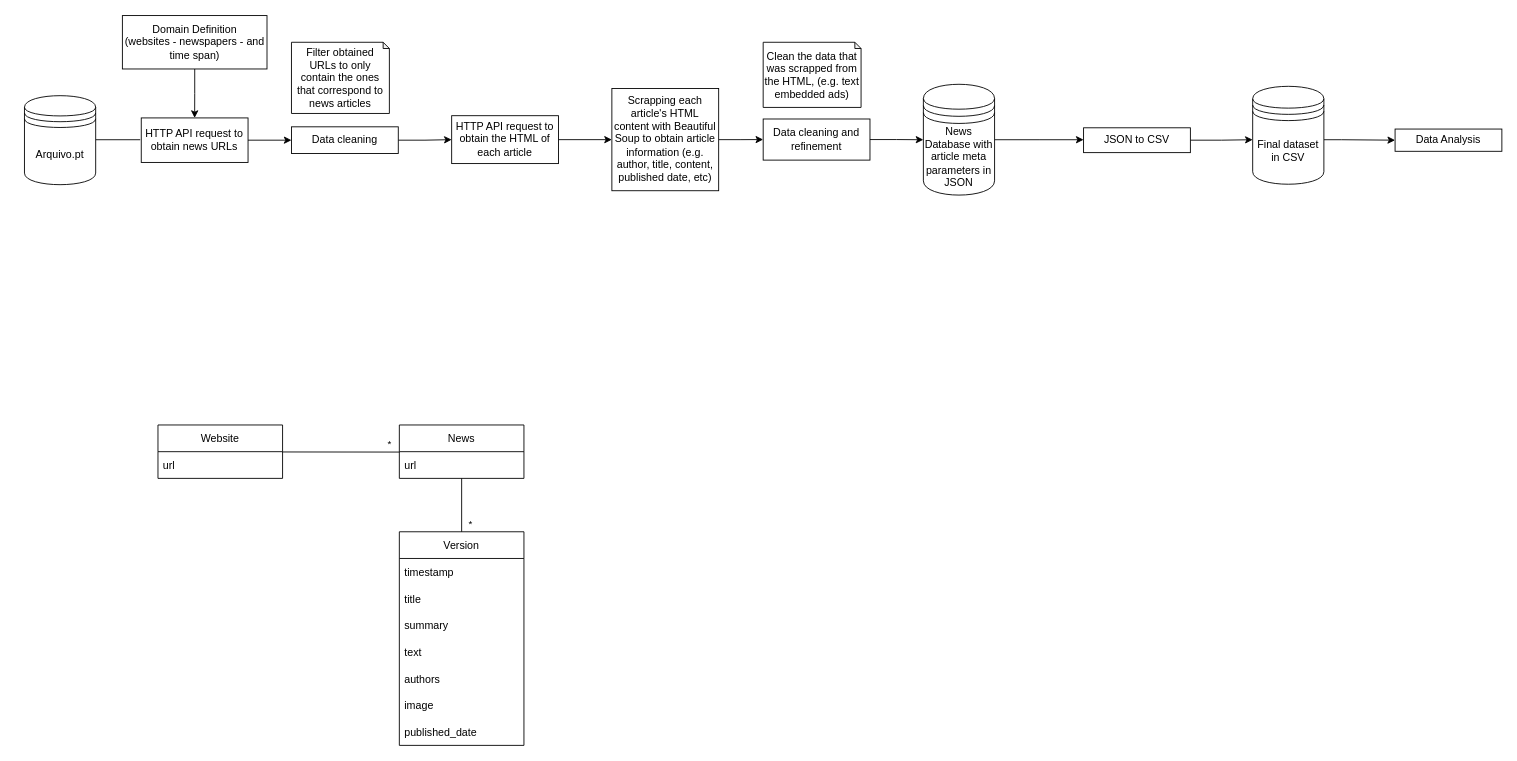
Earlier version of the draw.io diagram docs/pipeline.drawio (TsarkFC/pri-proj). Source tidied: cells renumbered, new cells numbered last; positions are measured from the earlier drawing's top-left corner, leaving out a move shared by most shapes. Both pictures are drawn from the tidied source at 89%, with x=0, y=0 at pixel (24, 15).
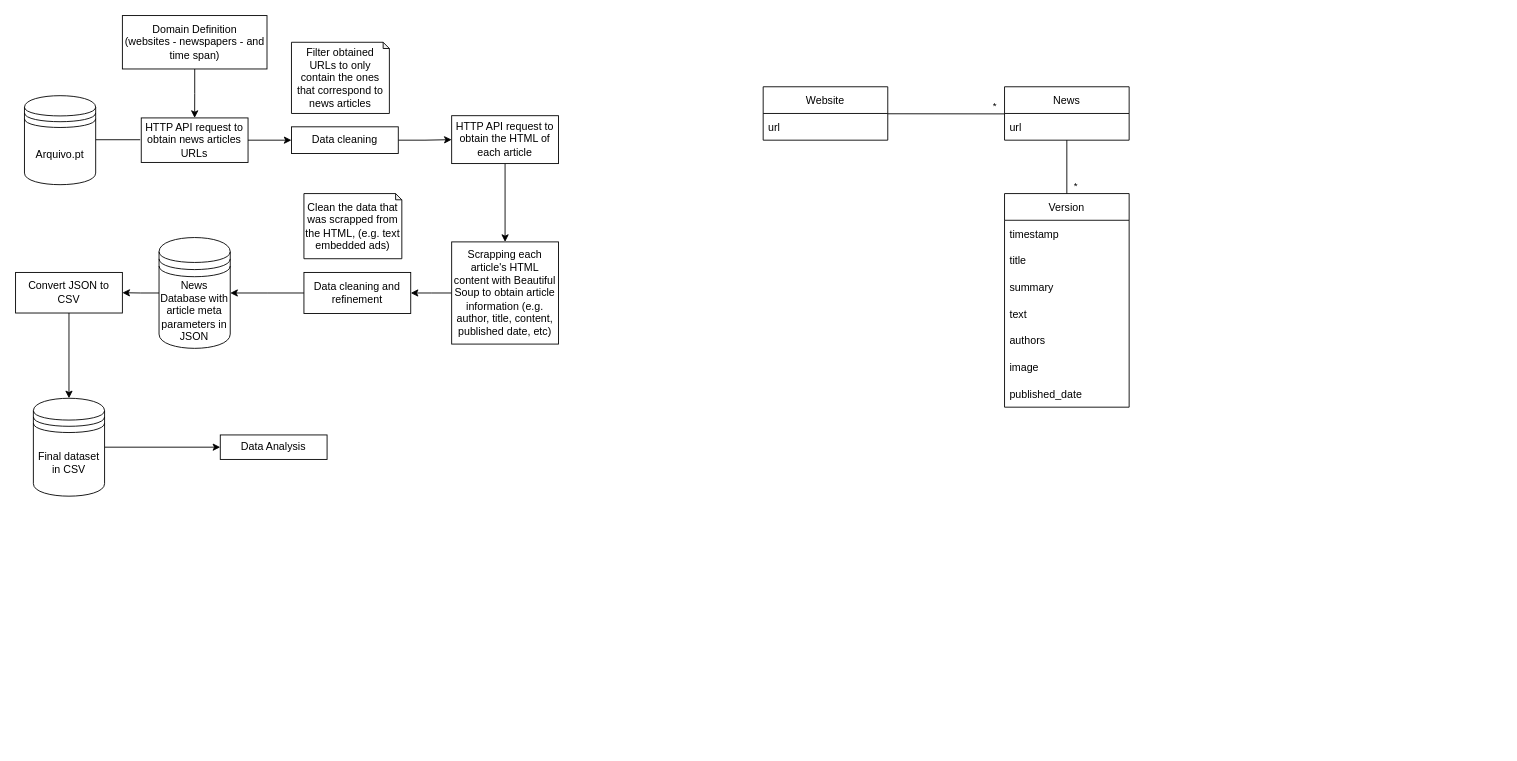
The same diagram, later.

The change refers to these unchanged cells:
```xml
<mxCell id="36" value="HTTP API request to obtain the HTML of each article" style="rounded=0;whiteSpace=wrap;html=1;fontColor=default;strokeColor=default;fillColor=default;" parent="1" vertex="1">
  <mxGeometry x="480" y="112.5" width="120" height="53.8" as="geometry" />
</mxCell>
```

The edit, as a diff of the source:
```diff
@@
-    <mxCell id="6" value="&lt;span&gt;HTTP API request to obtain news URLs&lt;/span&gt;" style="rounded=0;whiteSpace=wrap;html=1;fontColor=default;strokeColor=default;fillColor=default;" parent="1" vertex="1">
+    <mxCell id="6" value="&lt;span&gt;HTTP API request to obtain news articles URLs&lt;/span&gt;" style="rounded=0;whiteSpace=wrap;html=1;fontColor=default;strokeColor=default;fillColor=default;" parent="1" vertex="1">
       <mxGeometry x="131.2" y="115" width="120" height="50" as="geometry" />
     </mxCell>
@@
-    <mxCell id="8" style="edgeStyle=orthogonalEdgeStyle;rounded=0;jettySize=auto;html=1;labelBackgroundColor=default;fontColor=default;strokeColor=default;endArrow=classic;endFill=1;entryX=0;entryY=0.5;entryDx=0;entryDy=0;" parent="1" edge="1" source="36" target="10">
+    <mxCell id="8" style="edgeStyle=orthogonalEdgeStyle;rounded=0;jettySize=auto;html=1;labelBackgroundColor=default;fontColor=default;strokeColor=default;endArrow=classic;endFill=1;" parent="1" edge="1" source="36" target="10">
       <mxGeometry relative="1" as="geometry" />
     </mxCell>
@@
     <mxCell id="10" value="&lt;span&gt;Scrapping each article's HTML content with Beautiful Soup to obtain article information (e.g. author, title, content, published date, etc)&lt;/span&gt;" style="rounded=0;whiteSpace=wrap;html=1;fontColor=default;strokeColor=default;fillColor=default;" parent="1" vertex="1">
-      <mxGeometry x="660" y="82" width="120" height="114.8" as="geometry" />
+      <mxGeometry x="480" y="254.3" width="120" height="114.8" as="geometry" />
     </mxCell>
-    <mxCell id="11" style="edgeStyle=orthogonalEdgeStyle;rounded=0;jettySize=auto;html=1;labelBackgroundColor=default;fontColor=default;strokeColor=default;endArrow=classic;endFill=1;" parent="1" edge="1" source="12">
-      <mxGeometry relative="1" as="geometry">
-        <mxPoint x="1190" y="139.5" as="targetPoint" />
-      </mxGeometry>
+    <mxCell id="11" style="edgeStyle=orthogonalEdgeStyle;rounded=0;jettySize=auto;html=1;labelBackgroundColor=default;fontColor=default;strokeColor=default;endArrow=classic;endFill=1;" parent="1" edge="1" source="12" target="14">
+      <mxGeometry relative="1" as="geometry" />
     </mxCell>
     <mxCell id="12" value="News Database with article meta parameters in JSON" style="shape=datastore;whiteSpace=wrap;html=1;fontColor=default;strokeColor=default;fillColor=default;" parent="1" vertex="1">
-      <mxGeometry x="1010" y="77.2" width="80" height="124.5" as="geometry" />
+      <mxGeometry x="151.2" y="249.4" width="80" height="124.5" as="geometry" />
     </mxCell>
-    <mxCell id="13" style="edgeStyle=orthogonalEdgeStyle;rounded=0;jettySize=auto;html=1;labelBackgroundColor=default;fontColor=default;strokeColor=default;" parent="1" edge="1" source="14">
-      <mxGeometry relative="1" as="geometry">
-        <mxPoint x="1380" y="139.5" as="targetPoint" />
-      </mxGeometry>
+    <mxCell id="13" style="edgeStyle=orthogonalEdgeStyle;rounded=0;jettySize=auto;html=1;labelBackgroundColor=default;fontColor=default;strokeColor=default;" parent="1" edge="1" source="14" target="16">
+      <mxGeometry relative="1" as="geometry" />
     </mxCell>
-    <mxCell id="14" value="&lt;span&gt;JSON to CSV&lt;/span&gt;" style="rounded=0;whiteSpace=wrap;html=1;fontColor=default;strokeColor=default;fillColor=default;" parent="1" vertex="1">
-      <mxGeometry x="1190" y="126.1" width="120" height="27.9" as="geometry" />
+    <mxCell id="14" value="&lt;span&gt;Convert JSON to CSV&lt;/span&gt;" style="rounded=0;whiteSpace=wrap;html=1;fontColor=default;strokeColor=default;fillColor=default;" parent="1" vertex="1">
+      <mxGeometry x="-10" y="288.6" width="120" height="45.6" as="geometry" />
     </mxCell>
     <mxCell id="15" style="edgeStyle=orthogonalEdgeStyle;rounded=0;jettySize=auto;html=1;entryX=0;entryY=0.5;entryDx=0;entryDy=0;labelBackgroundColor=default;fontColor=default;strokeColor=default;" parent="1" edge="1" source="16" target="17">
-      <mxGeometry relative="1" as="geometry">
-        <Array as="points">
-          <mxPoint x="1480" y="139.5" />
-          <mxPoint x="1480" y="139.5" />
-        </Array>
-      </mxGeometry>
+      <mxGeometry relative="1" as="geometry" />
     </mxCell>
     <mxCell id="16" value="Final dataset in CSV" style="shape=datastore;whiteSpace=wrap;html=1;fontColor=default;strokeColor=default;fillColor=default;" parent="1" vertex="1">
-      <mxGeometry x="1380" y="79.5" width="80" height="110" as="geometry" />
+      <mxGeometry x="10" y="430" width="80" height="110" as="geometry" />
     </mxCell>
     <mxCell id="17" value="&lt;span&gt;Data Analysis&lt;/span&gt;" style="rounded=0;whiteSpace=wrap;html=1;fontColor=default;strokeColor=default;fillColor=default;" parent="1" vertex="1">
-      <mxGeometry x="1540" y="127.5" width="120" height="25" as="geometry" />
+      <mxGeometry x="220" y="471.2" width="120" height="27.5" as="geometry" />
     </mxCell>
     <mxCell id="18" value="Website" style="swimlane;fontStyle=0;horizontal=1;startSize=30;" parent="1" vertex="1">
-      <mxGeometry x="150" y="460" width="140" height="60" as="geometry" />
+      <mxGeometry x="830" y="80" width="140" height="60" as="geometry" />
     </mxCell>
@@
     <mxCell id="20" value="News" style="swimlane;fontStyle=0;horizontal=1;startSize=30;" parent="1" vertex="1">
-      <mxGeometry x="421.2" y="460" width="140" height="60" as="geometry" />
+      <mxGeometry x="1101.2" y="80" width="140" height="60" as="geometry" />
     </mxCell>
@@
     <mxCell id="22" value="Version" style="swimlane;fontStyle=0;horizontal=1;startSize=30;" parent="1" vertex="1">
-      <mxGeometry x="421.2" y="580" width="140" height="240" as="geometry" />
+      <mxGeometry x="1101.2" y="200" width="140" height="240" as="geometry" />
     </mxCell>
@@
     <mxCell id="37" value="&lt;span&gt;Data cleaning and refinement&lt;/span&gt;" style="rounded=0;whiteSpace=wrap;html=1;fontColor=default;strokeColor=default;fillColor=default;" parent="1" vertex="1">
-      <mxGeometry x="830" y="116.2" width="120" height="46.2" as="geometry" />
+      <mxGeometry x="314" y="288.6" width="120" height="46.2" as="geometry" />
     </mxCell>
@@
     <mxCell id="40" value="Clean the data that was scrapped from the HTML, (e.g. text embedded ads)" style="shape=note;whiteSpace=wrap;html=1;backgroundOutline=1;darkOpacity=0.05;size=7;" parent="1" vertex="1">
-      <mxGeometry x="830" y="30" width="110" height="73.2" as="geometry" />
+      <mxGeometry x="314" y="200" width="110" height="73.2" as="geometry" />
     </mxCell>
```
